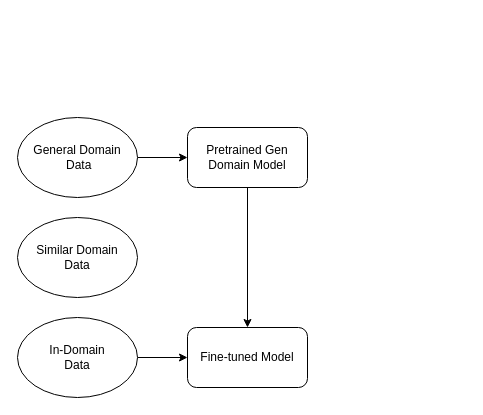
Before: dynamic_sample.drawio in babangain/drawio, a draw.io diagram. Source tidied: cells renumbered, new cells numbered last; positions are measured from the earlier drawing's top-left corner, leaving out a move shared by most shapes. Both pictures are drawn from the tidied source at 100%, with x=0, y=0 at pixel (17, 117).
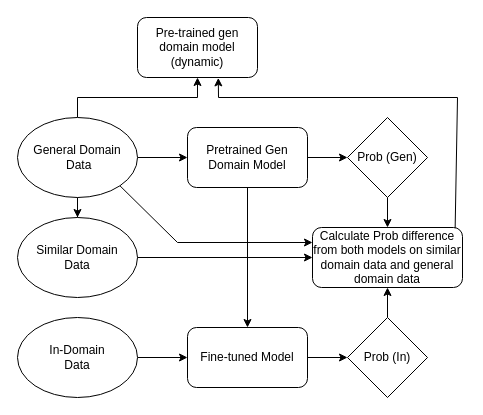
After the change.

The change refers to these unchanged cells:
```xml
<mxCell id="3" value="General Domain&lt;br&gt;&amp;nbsp;Data" style="ellipse;whiteSpace=wrap;html=1;" parent="1" vertex="1">
  <mxGeometry width="120" height="80" as="geometry" />
</mxCell>
<mxCell id="4" value="Similar Domain &lt;br&gt;Data" style="ellipse;whiteSpace=wrap;html=1;" parent="1" vertex="1">
  <mxGeometry y="100" width="120" height="80" as="geometry" />
</mxCell>
<mxCell id="8" value="Pretrained Gen Domain Model" style="rounded=1;whiteSpace=wrap;html=1;" parent="1" vertex="1">
  <mxGeometry x="170" y="10" width="120" height="60" as="geometry" />
</mxCell>
<mxCell id="9" value="Fine-tuned Model" style="whiteSpace=wrap;html=1;rounded=1;" parent="1" vertex="1">
  <mxGeometry x="170" y="210" width="120" height="60" as="geometry" />
</mxCell>
```

Change to the diagram source:
```diff
@@
+    <mxCell id="10" style="edgeStyle=orthogonalEdgeStyle;rounded=0;jettySize=auto;html=1;" parent="1" edge="1" source="3" target="4">
+      <mxGeometry relative="1" as="geometry" />
+    </mxCell>
+    <mxCell id="11" style="edgeStyle=orthogonalEdgeStyle;rounded=0;jettySize=auto;html=1;" parent="1" edge="1" source="3" target="21">
+      <mxGeometry relative="1" as="geometry" />
+    </mxCell>
@@
+    <mxCell id="12" style="edgeStyle=orthogonalEdgeStyle;rounded=0;jettySize=auto;html=1;" parent="1" edge="1" source="8" target="15">
+      <mxGeometry relative="1" as="geometry" />
+    </mxCell>
@@
+    <mxCell id="13" style="edgeStyle=orthogonalEdgeStyle;rounded=0;jettySize=auto;html=1;" parent="1" edge="1" source="9" target="17">
+      <mxGeometry relative="1" as="geometry" />
+    </mxCell>
@@
+    <mxCell id="14" style="edgeStyle=orthogonalEdgeStyle;rounded=0;jettySize=auto;html=1;" parent="1" edge="1" source="15" target="18">
+      <mxGeometry relative="1" as="geometry" />
+    </mxCell>
+    <mxCell id="15" value="Prob (Gen)" style="rhombus;whiteSpace=wrap;html=1;" parent="1" vertex="1">
+      <mxGeometry x="330" width="80" height="80" as="geometry" />
+    </mxCell>
+    <mxCell id="16" style="edgeStyle=orthogonalEdgeStyle;rounded=0;jettySize=auto;html=1;" parent="1" edge="1" source="17" target="18">
+      <mxGeometry relative="1" as="geometry" />
+    </mxCell>
+    <mxCell id="17" value="Prob (In)" style="rhombus;whiteSpace=wrap;html=1;" parent="1" vertex="1">
+      <mxGeometry x="330" y="200" width="80" height="80" as="geometry" />
+    </mxCell>
+    <mxCell id="18" value="Calculate Prob difference from both models on similar domain data and general domain data" style="rounded=1;whiteSpace=wrap;html=1;" parent="1" vertex="1">
+      <mxGeometry x="295" y="110" width="150" height="60" as="geometry" />
+    </mxCell>
+    <mxCell id="19" style="endArrow=classic;html=1;rounded=0;exitX=1;exitY=0.5;exitDx=0;exitDy=0;" parent="1" edge="1" source="4" target="18">
+      <mxGeometry relative="1" as="geometry" />
+    </mxCell>
+    <mxCell id="20" style="endArrow=classic;html=1;rounded=0;entryX=0;entryY=0.25;entryDx=0;entryDy=0;exitX=1;exitY=1;exitDx=0;exitDy=0;" parent="1" edge="1" source="3" target="18">
+      <mxGeometry relative="1" as="geometry">
+        <Array as="points">
+          <mxPoint x="160" y="125" />
+        </Array>
+      </mxGeometry>
+    </mxCell>
+    <mxCell id="21" value="Pre-trained gen domain model (dynamic)" style="rounded=1;whiteSpace=wrap;html=1;" parent="1" vertex="1">
+      <mxGeometry x="120" y="-100" width="120" height="60" as="geometry" />
+    </mxCell>
+    <mxCell id="22" style="endArrow=classic;html=1;rounded=0;entryX=0.673;entryY=1.057;entryDx=0;entryDy=0;entryPerimeter=0;exitX=0.951;exitY=0.01;exitDx=0;exitDy=0;exitPerimeter=0;" parent="1" edge="1" source="18">
+      <mxGeometry relative="1" as="geometry">
+        <mxPoint x="200.8" y="-39.6" as="targetPoint" />
+        <Array as="points">
+          <mxPoint x="440" y="-20" />
+          <mxPoint x="201" y="-20" />
+        </Array>
+      </mxGeometry>
+    </mxCell>
```
